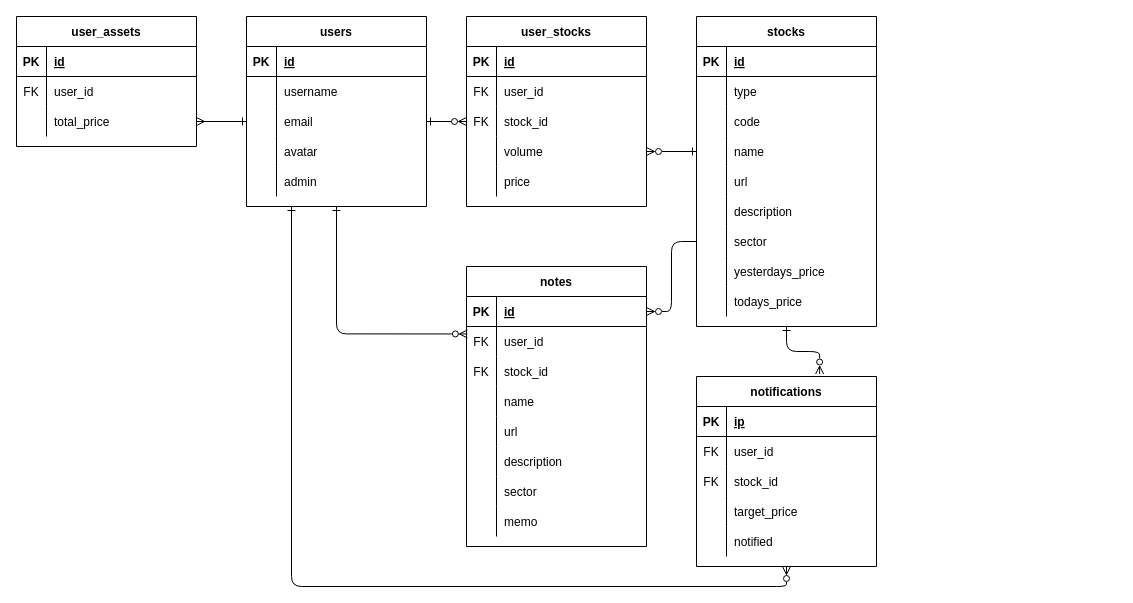
miya-ichi/TIL keeps this draw.io diagram as ポートフォリオ案/104note.drawio. Above is the earlier version. Source tidied: cells renumbered, new cells numbered last; positions are measured from the earlier drawing's top-left corner, leaving out a move shared by most shapes. Both pictures are drawn from the tidied source at 100%, with x=0, y=0 at pixel (16, 16).
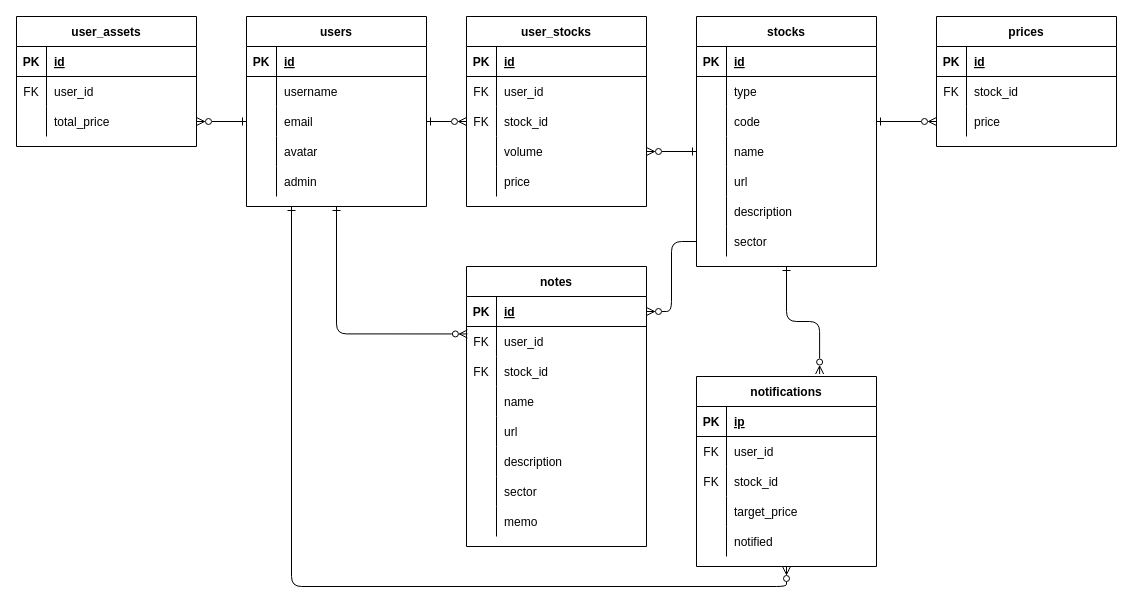
Above is the later version.

Commit message (it also covers changes not shown here):
DB設計修正(株価用のテーブルを分けた)

The change refers to these unchanged cells:
```xml
<mxCell id="11" style="shape=partialRectangle;fillColor=none;top=0;left=0;bottom=0;right=0;points=[[0,0.5],[1,0.5]];portConstraint=eastwest;fontSize=12;" parent="4" vertex="1">
  <mxGeometry y="90" width="180" height="30" as="geometry" />
</mxCell>
<mxCell id="28" style="shape=partialRectangle;fillColor=none;top=0;left=0;bottom=0;right=0;points=[[0,0.5],[1,0.5]];portConstraint=eastwest;fontSize=12;" parent="21" vertex="1">
  <mxGeometry y="90" width="180" height="30" as="geometry" />
</mxCell>
<mxCell id="116" style="shape=partialRectangle;fillColor=none;top=0;left=0;bottom=0;right=0;points=[[0,0.5],[1,0.5]];portConstraint=eastwest;fontSize=12;" parent="109" vertex="1">
  <mxGeometry y="90" width="180" height="30" as="geometry" />
</mxCell>
```

What changed in the source:
```diff
@@
     <mxCell id="21" value="stocks" style="shape=table;startSize=30;childLayout=tableLayout;rowLines=0;fontStyle=1;align=center;fontSize=12;" parent="1" vertex="1">
-      <mxGeometry x="680" width="180" height="310" as="geometry" />
+      <mxGeometry x="680" width="180" height="250" as="geometry" />
     </mxCell>
@@
-    <mxCell id="43" style="shape=partialRectangle;fillColor=none;top=0;left=0;bottom=0;right=0;fontSize=12;" parent="21" vertex="1">
-      <mxGeometry y="240" width="180" height="30" as="geometry" />
-    </mxCell>
-    <mxCell id="44" style="shape=partialRectangle;fillColor=none;top=0;left=0;bottom=0;right=0;overflow=hidden;fontSize=12;" parent="43" vertex="1">
-      <mxGeometry width="30" height="30" as="geometry" />
-    </mxCell>
-    <mxCell id="45" value="yesterdays_price" style="shape=partialRectangle;fillColor=none;top=0;left=0;bottom=0;right=0;align=left;spacingLeft=6;overflow=hidden;fontSize=12;" parent="43" vertex="1">
-      <mxGeometry x="30" width="150" height="30" as="geometry" />
-    </mxCell>
-    <mxCell id="46" style="shape=partialRectangle;fillColor=none;top=0;left=0;bottom=0;right=0;fontSize=12;" parent="21" vertex="1">
-      <mxGeometry y="270" width="180" height="30" as="geometry" />
-    </mxCell>
-    <mxCell id="47" style="shape=partialRectangle;fillColor=none;top=0;left=0;bottom=0;right=0;overflow=hidden;fontSize=12;" parent="46" vertex="1">
-      <mxGeometry width="30" height="30" as="geometry" />
-    </mxCell>
-    <mxCell id="48" value="todays_price" style="shape=partialRectangle;fillColor=none;top=0;left=0;bottom=0;right=0;align=left;spacingLeft=6;overflow=hidden;fontSize=12;" parent="46" vertex="1">
-      <mxGeometry x="30" width="150" height="30" as="geometry" />
-    </mxCell>
@@
-    <mxCell id="119" style="edgeStyle=none;html=1;endArrow=ERmany;endFill=0;startArrow=ERone;startFill=0;" parent="1" edge="1" source="11" target="116">
+    <mxCell id="119" style="edgeStyle=none;html=1;endArrow=ERzeroToMany;endFill=0;startArrow=ERone;startFill=0;" parent="1" edge="1" source="11" target="116">
       <mxGeometry relative="1" as="geometry" />
     </mxCell>
+    <mxCell id="120" value="prices" style="shape=table;startSize=30;childLayout=tableLayout;rowLines=0;fontStyle=1;align=center;fontSize=12;" parent="1" vertex="1">
+      <mxGeometry x="920" width="180" height="130" as="geometry" />
+    </mxCell>
+    <mxCell id="121" style="shape=partialRectangle;fillColor=none;top=0;left=0;bottom=1;right=0;fontSize=12;" parent="120" vertex="1">
+      <mxGeometry y="30" width="180" height="30" as="geometry" />
+    </mxCell>
+    <mxCell id="122" value="PK" style="shape=partialRectangle;fillColor=none;top=0;left=0;bottom=0;right=0;fontStyle=1;overflow=hidden;fontSize=12;" parent="121" vertex="1">
+      <mxGeometry width="30" height="30" as="geometry" />
+    </mxCell>
+    <mxCell id="123" value="id" style="shape=partialRectangle;fillColor=none;top=0;left=0;bottom=0;right=0;align=left;spacingLeft=6;fontStyle=5;overflow=hidden;fontSize=12;" parent="121" vertex="1">
+      <mxGeometry x="30" width="150" height="30" as="geometry" />
+    </mxCell>
+    <mxCell id="124" style="shape=partialRectangle;fillColor=none;top=0;left=0;bottom=0;right=0;fontSize=12;" parent="120" vertex="1">
+      <mxGeometry y="60" width="180" height="30" as="geometry" />
+    </mxCell>
+    <mxCell id="125" value="FK" style="shape=partialRectangle;fillColor=none;top=0;left=0;bottom=0;right=0;overflow=hidden;fontSize=12;" parent="124" vertex="1">
+      <mxGeometry width="30" height="30" as="geometry" />
+    </mxCell>
+    <mxCell id="126" value="stock_id" style="shape=partialRectangle;fillColor=none;top=0;left=0;bottom=0;right=0;align=left;spacingLeft=6;overflow=hidden;fontSize=12;" parent="124" vertex="1">
+      <mxGeometry x="30" width="150" height="30" as="geometry" />
+    </mxCell>
+    <mxCell id="127" style="shape=partialRectangle;fillColor=none;top=0;left=0;bottom=0;right=0;points=[[0,0.5],[1,0.5]];portConstraint=eastwest;fontSize=12;" parent="120" vertex="1">
+      <mxGeometry y="90" width="180" height="30" as="geometry" />
+    </mxCell>
+    <mxCell id="128" style="shape=partialRectangle;fillColor=none;top=0;left=0;bottom=0;right=0;overflow=hidden;fontSize=12;" parent="127" vertex="1">
+      <mxGeometry width="30" height="30" as="geometry" />
+    </mxCell>
+    <mxCell id="129" value="price" style="shape=partialRectangle;fillColor=none;top=0;left=0;bottom=0;right=0;align=left;spacingLeft=6;overflow=hidden;fontSize=12;" parent="127" vertex="1">
+      <mxGeometry x="30" width="150" height="30" as="geometry" />
+    </mxCell>
+    <mxCell id="130" style="edgeStyle=none;html=1;startArrow=ERone;startFill=0;endArrow=ERzeroToMany;endFill=0;" parent="1" edge="1" source="28" target="127">
+      <mxGeometry relative="1" as="geometry" />
+    </mxCell>
```
